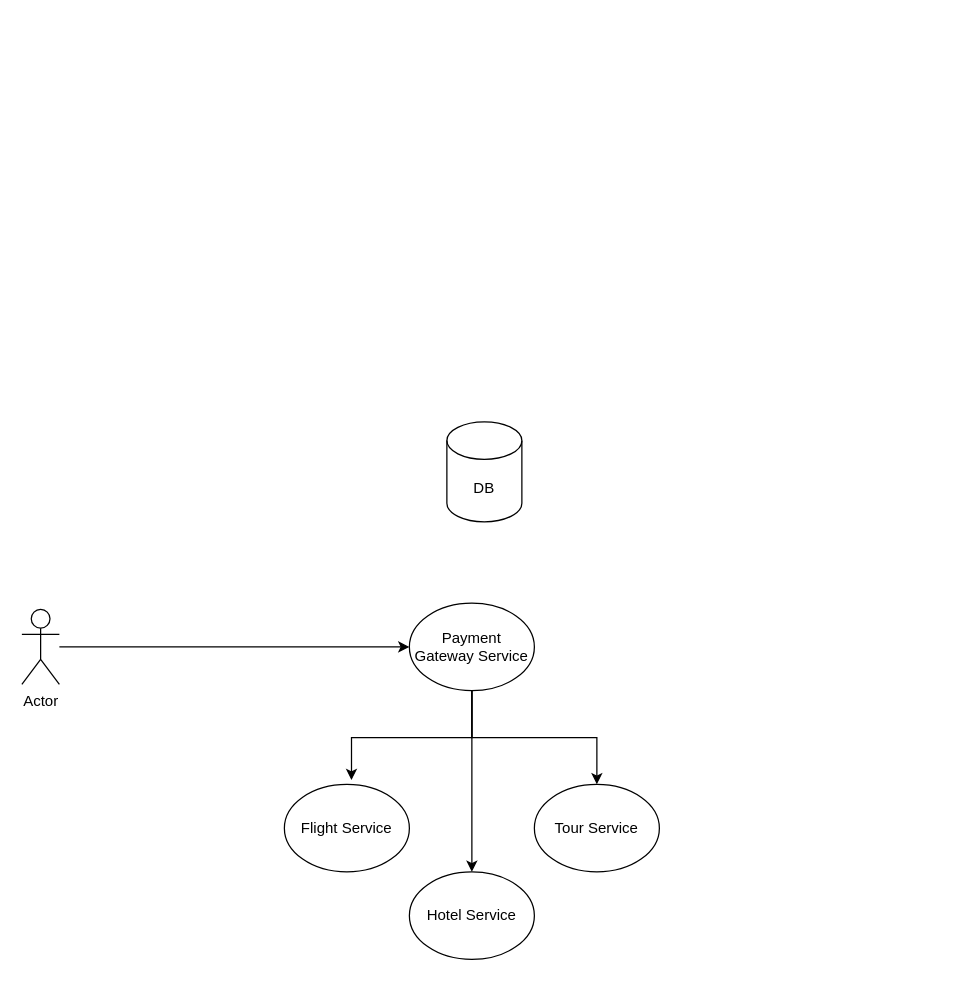
The draw.io diagram Untitled Diagram.drawio in VisionaryAppDev/payment-gateway-experiment, before the edit. Source tidied: cells renumbered, new cells numbered last; positions are measured from the earlier drawing's top-left corner, leaving out a move shared by most shapes. Both pictures are drawn from the tidied source at 125%, with x=0, y=0 at pixel (21, 421).
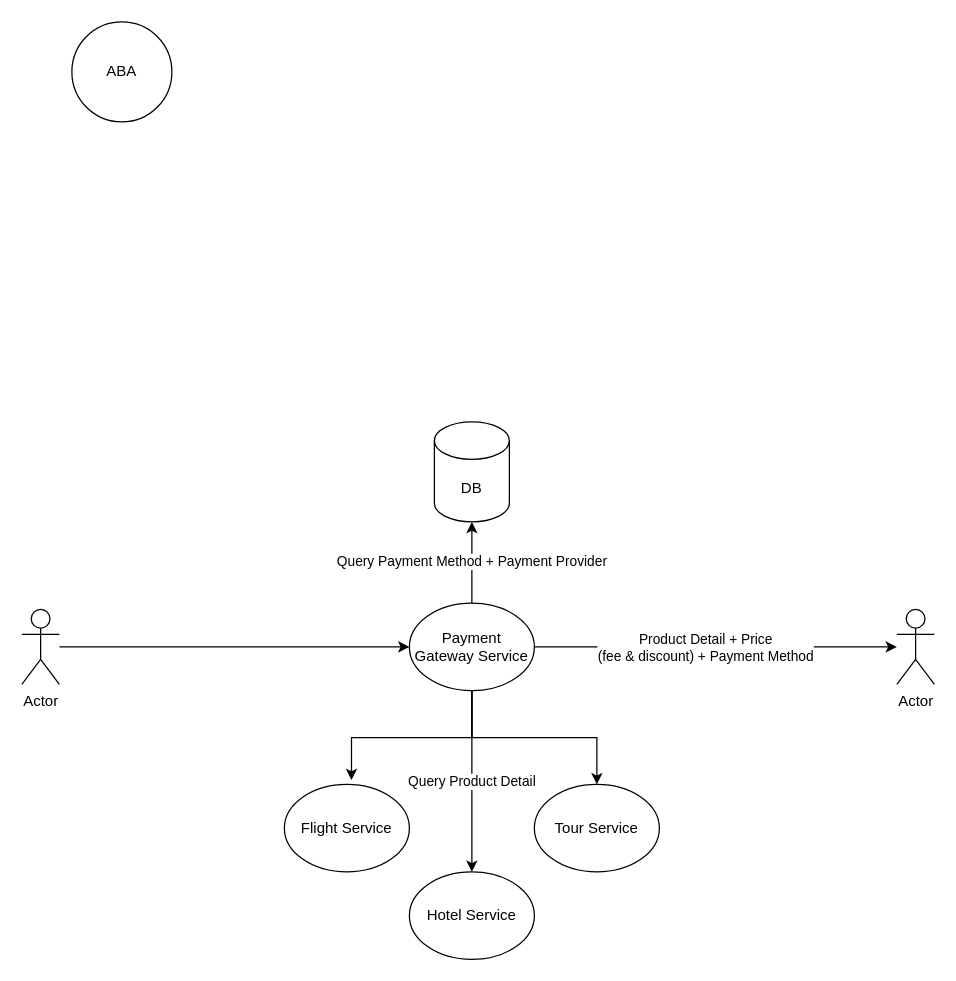
After the change.

Diff of the diagram source:
```diff
@@
 <mxGraphModel>
   <root>
     <mxCell id="0" />
     <mxCell id="1" parent="0" />
     <mxCell id="2" style="edgeStyle=orthogonalEdgeStyle;rounded=0;jettySize=auto;html=1;entryX=0;entryY=0.5;entryDx=0;entryDy=0;" parent="1" edge="1" source="3" target="7">
       <mxGeometry relative="1" as="geometry" />
     </mxCell>
     <mxCell id="3" value="Actor" style="shape=umlActor;verticalLabelPosition=bottom;verticalAlign=top;html=1;outlineConnect=0;" parent="1" vertex="1">
       <mxGeometry y="150" width="30" height="60" as="geometry" />
     </mxCell>
     <mxCell id="4" style="edgeStyle=orthogonalEdgeStyle;rounded=0;jettySize=auto;html=1;entryX=0.537;entryY=-0.049;entryDx=0;entryDy=0;entryPerimeter=0;" parent="1" edge="1" source="7" target="8">
       <mxGeometry relative="1" as="geometry" />
     </mxCell>
-    <mxCell id="5" style="edgeStyle=orthogonalEdgeStyle;rounded=0;jettySize=auto;html=1;" parent="1" edge="1" source="7" target="10">
+    <mxCell id="5" value="Query Product Detail" style="edgeStyle=orthogonalEdgeStyle;rounded=0;jettySize=auto;html=1;" parent="1" edge="1" source="7" target="10">
       <mxGeometry relative="1" as="geometry" />
     </mxCell>
     <mxCell id="6" style="edgeStyle=orthogonalEdgeStyle;rounded=0;jettySize=auto;html=1;" parent="1" edge="1" source="7" target="9">
       <mxGeometry relative="1" as="geometry" />
     </mxCell>
+    <mxCell id="12" value="Query Payment Method + Payment Provider" style="edgeStyle=orthogonalEdgeStyle;rounded=0;jettySize=auto;html=1;entryX=0.5;entryY=1;entryDx=0;entryDy=0;entryPerimeter=0;" parent="1" edge="1" source="7" target="11">
+      <mxGeometry relative="1" as="geometry" />
+    </mxCell>
+    <mxCell id="13" style="edgeStyle=orthogonalEdgeStyle;rounded=0;jettySize=auto;html=1;startArrow=none;startFill=0;" parent="1" edge="1" source="7" target="15">
+      <mxGeometry relative="1" as="geometry" />
+    </mxCell>
+    <mxCell id="14" value="Product Detail + Price &lt;br&gt;(fee &amp;amp; discount) + Payment Method" style="edgeLabel;html=1;align=center;verticalAlign=middle;" parent="13" vertex="1">
+      <mxGeometry x="-0.06" relative="1" as="geometry" />
+    </mxCell>
     <mxCell id="7" value="Payment Gateway Service" style="ellipse;whiteSpace=wrap;html=1;" parent="1" vertex="1">
       <mxGeometry x="310" y="145" width="100" height="70" as="geometry" />
     </mxCell>
     <mxCell id="8" value="Flight Service" style="ellipse;whiteSpace=wrap;html=1;" parent="1" vertex="1">
       <mxGeometry x="210" y="290" width="100" height="70" as="geometry" />
     </mxCell>
     <mxCell id="9" value="Tour Service" style="ellipse;whiteSpace=wrap;html=1;" parent="1" vertex="1">
       <mxGeometry x="410" y="290" width="100" height="70" as="geometry" />
     </mxCell>
     <mxCell id="10" value="Hotel Service" style="ellipse;whiteSpace=wrap;html=1;" parent="1" vertex="1">
       <mxGeometry x="310" y="360" width="100" height="70" as="geometry" />
     </mxCell>
     <mxCell id="11" value="DB" style="shape=cylinder3;whiteSpace=wrap;html=1;boundedLbl=1;backgroundOutline=1;size=15;" parent="1" vertex="1">
-      <mxGeometry x="340" width="60" height="80" as="geometry" />
+      <mxGeometry x="330" width="60" height="80" as="geometry" />
     </mxCell>
+    <mxCell id="15" value="Actor" style="shape=umlActor;verticalLabelPosition=bottom;verticalAlign=top;html=1;outlineConnect=0;" parent="1" vertex="1">
+      <mxGeometry x="700" y="150" width="30" height="60" as="geometry" />
+    </mxCell>
+    <mxCell id="16" value="ABA" style="ellipse;whiteSpace=wrap;html=1;" parent="1" vertex="1">
+      <mxGeometry x="40" y="-320" width="80" height="80" as="geometry" />
+    </mxCell>
   </root>
 </mxGraphModel>
```
